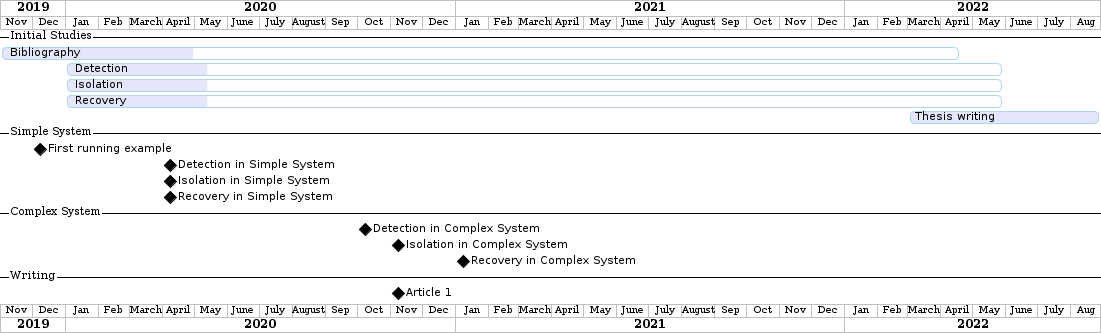
Above: brain/img/ganttThese.png in Accacio/hippokamp (PlantUML), before the change. Its diagram source:
```plantuml
@startuml
printscale monthly
Project starts the 1th of november 2019
-- Initial Studies --
[ Bibliography ]  as [T1] lasts 900 days
[T1] is 20% completed
[T1] links to [[file://../../docsThese/bibliography.bib]]
[ Detection ] as [T2] starts at 1st January 2020 and lasts 880 days
[ Isolation ] as [T3] starts at 1st January 2020 and lasts 880 days
[ Recovery ] as [T4] starts at 1st January 2020 and lasts 880 days
[Thesis writing] as [T5] starts at 30th of february 2022 and lasts 180 days
[T2] is 15% completed
[T3] is 15% completed
[T4] is 15% completed
-- Simple System --
[First running example] happens at 1st of december 2019
[ Detection in Simple System ] as [T2] starts at 1st January 2020 and lasts 880 days
[ Isolation ] as [T3] starts at 1st January 2020 and lasts 880 days
[ Recovery ] as [T4] starts at 1st January 2020 and lasts 880 days
[Detection in Simple System] happens at 1st of april 2020
[Isolation in Simple System] happens at 1st of april 2020
[Recovery in Simple System] happens at 1st of april 2020
-- Complex System --
[Detection in Complex System] as [DCS] happens at 1st of october 2020
[Isolation in Complex System] as [ICS] happens at 1st of november 2020
[Recovery in Complex System] as [RCS] happens at 1st of january 2021
-- Writing --
[Article 1] happens at [ICS]'s end
[Isolation in Complex System] happens at 1st of november 2020
[Recovery in Complex System] happens at 1st of january 2021

[T1] is colored in Lavender/LightBlue
[T2] is colored in Lavender/LightBlue
[T3] is colored in Lavender/LightBlue
[T4] is colored in Lavender/LightBlue
[T5] is colored in Lavender/LightBlue
@enduml
```
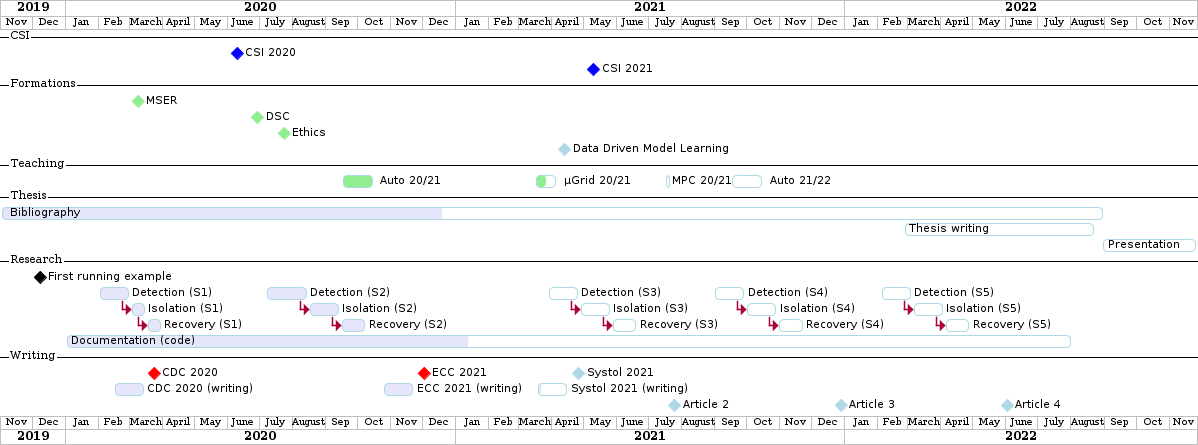
The same file after the commit.

What changed in the source:
```diff
@@ -1,37 +1,168 @@
 @startuml
 printscale monthly
-Project starts the 1th of november 2019
--- Initial Studies --
-[ Bibliography ]  as [T1] lasts 900 days
-[T1] is 20% completed
-[T1] links to [[file://../../docsThese/bibliography.bib]]
-[ Detection ] as [T2] starts at 1st January 2020 and lasts 880 days
-[ Isolation ] as [T3] starts at 1st January 2020 and lasts 880 days
-[ Recovery ] as [T4] starts at 1st January 2020 and lasts 880 days
-[Thesis writing] as [T5] starts at 30th of february 2022 and lasts 180 days
-[T2] is 15% completed
-[T3] is 15% completed
-[T4] is 15% completed
--- Simple System --
-[First running example] happens at 1st of december 2019
-[ Detection in Simple System ] as [T2] starts at 1st January 2020 and lasts 880 days
-[ Isolation ] as [T3] starts at 1st January 2020 and lasts 880 days
-[ Recovery ] as [T4] starts at 1st January 2020 and lasts 880 days
-[Detection in Simple System] happens at 1st of april 2020
-[Isolation in Simple System] happens at 1st of april 2020
-[Recovery in Simple System] happens at 1st of april 2020
--- Complex System --
-[Detection in Complex System] as [DCS] happens at 1st of october 2020
-[Isolation in Complex System] as [ICS] happens at 1st of november 2020
-[Recovery in Complex System] as [RCS] happens at 1st of january 2021
+Project starts the 2019-11-01
+today is 30 days after start and is colored in #AAF
+-- CSI --
+[CSI 2020] happens at 2020-06-03
+[CSI 2021] happens at 2021-05-03
+
+[CSI 2020] is colored in blue
+[CSI 2021] is colored in blue
+
+-- Formations --
+[MSER] as [F1] happens at 2020-03-02
+[DSC] as [F2] happens at 2020-06-22
+[Ethics] as [F3] happens at 2020-07-17
+[Data Driven Model Learning] as [F4] happens at 2021-04-06
+[F1] is colored in lightgreen
+[F2] is colored in lightgreen
+[F3] is colored in lightgreen
+[F4] is colored in lightblue
+
+-- Teaching --
+[ Auto 20/21 ] as [V1] starts 2020-09-16 and ends 2020-10-16
+[ µGrid 20/21] as [V2] starts 2021-03-16 and ends 2021-4-06
+
+[ MPC 20/21] as [V3] starts 2021-07-16 and ends 2021-7-16
+[ Auto 21/22] as [V4] starts 2021-09-16 and ends 2021-10-16
+
+[V1] is colored in LightGreen/LightBlue
+[V2] is 50% completed
+[V3] is 0% completed
+[V4] is 0% completed
+
+[V2] is colored in LightGreen/LightBlue
+[V3] is colored in LightGreen/LightBlue
+[V4] is colored in LightGreen/LightBlue
+
+[V2] displays on same row as [V1]
+[V3] displays on same row as [V2]
+[V4] displays on same row as [V3]
+
+-- Thesis --
+[ Bibliography ] as [B1] starts at 2019-11-01 and ends 2022-08-31
+[Thesis writing] as [W1] starts at 2022-02-25 and lasts 180 days
+[Presentation] as [W2] starts at 2022-08-30 and lasts 90 days
+
+[B1] is 40% completed
+[B1] links to [[https://gitlab.com/Accacio/docsthese/raw/master/bibliography.bib]]
+[W1] is 0% completed
+[W2] is 0% completed
+
+[B1] is colored in Lavender/LightBlue
+[W1] is colored in Lavender/LightBlue
+[W2] is colored in Lavender/LightBlue
+
+
+-- Research --
+[First running example] happens at 2019-12-01
+
+[Detection (S1)] as [D1] starts at 2020-02-01 and lasts 30 days
+[Isolation (S1)] as [I1] starts after [D1]'s end and lasts 15 days
+[Recovery (S1)] as [R1] starts after [I1]'s end and lasts 15 days
+
+[D1] is colored in Lavender/LightBlue
+[I1] is colored in Lavender/LightBlue
+[R1] is colored in Lavender/LightBlue
+
+[Detection (S2)] as [D2] starts at 2020-07-07 and lasts 40 days
+[Isolation (S2)] as [I2] starts after [D2]'s end and lasts 30 days
+[Recovery (S2)] as [R2] starts after [I2]'s end and lasts 25 days
+
+[D2] is colored in Lavender/LightBlue
+[I2] is colored in Lavender/LightBlue
+[R2] is colored in Lavender/LightBlue
+
+[Detection (S3)] as [D3] starts 32 weeks after [D2]'s end with white bold link and lasts 30 days
+[Isolation (S3)] as [I3] starts after [D3]'s end and lasts 30 days
+[Recovery (S3)] as [R3] starts after [I3]'s end and lasts 25 days
+
+[D3] is colored in Lavender/LightBlue
+[I3] is colored in Lavender/LightBlue
+[R3] is colored in Lavender/LightBlue
+
+[D3] is 0% completed
+[I3] is 0% completed
+[R3] is 0% completed
+
+[Detection (S4)] as [D4] starts 18 weeks after [D3]'s end with white bold link and lasts 30 days
+[Isolation (S4)] as [I4] starts after [D4]'s end and lasts 30 days
+[Recovery (S4)] as [R4] starts after [I4]'s end and lasts 25 days
+
+[D4] is colored in Lavender/LightBlue
+[I4] is colored in Lavender/LightBlue
+[R4] is colored in Lavender/LightBlue
+
+[D4] is 0% completed
+[I4] is 0% completed
+[R4] is 0% completed
+
+[Detection (S5)] as [D5] starts 18 weeks after [D4]'s end with white bold link and lasts 30 days
+[Isolation (S5)] as [I5] starts after [D5]'s end and lasts 30 days
+[Recovery (S5)] as [R5] starts after [I5]'s end and lasts 25 days
+
+[D5] is colored in Lavender/LightBlue
+[I5] is colored in Lavender/LightBlue
+[R5] is colored in Lavender/LightBlue
+
+[D5] is 0% completed
+[I5] is 0% completed
+[R5] is 0% completed
+
+[D1] displays on same row as [D2]
+[I1] displays on same row as [I2]
+[R1] displays on same row as [R2]
+
+[D3] displays on same row as [D2]
+[I3] displays on same row as [I2]
+[R3] displays on same row as [R2]
+
+[D4] displays on same row as [D2]
+[I4] displays on same row as [I2]
+[R4] displays on same row as [R2]
+
+[D5] displays on same row as [D2]
+[I5] displays on same row as [I2]
+[R5] displays on same row as [R2]
+
+[Documentation (code)] as [Doc1] starts at 2020-01-01 and ends 2022-08-01
+[Doc1] is colored in Lavender/LightBlue
+[Doc1] is 40% completed
+
 -- Writing --
-[Article 1] happens at [ICS]'s end
-[Isolation in Complex System] happens at 1st of november 2020
-[Recovery in Complex System] happens at 1st of january 2021
+[CDC 2020] happens at 2020-03-17
+[CDC 2020 (writing)] as [A1] starts at 2020-02-15 and lasts 30 days
 
-[T1] is colored in Lavender/LightBlue
-[T2] is colored in Lavender/LightBlue
-[T3] is colored in Lavender/LightBlue
-[T4] is colored in Lavender/LightBlue
-[T5] is colored in Lavender/LightBlue
+[ECC 2021] happens at 2020-11-25
+[ECC 2021 (writing)] as [A2] starts at 2020-10-25 and lasts 30 days
+
+[Systol 2021] happens at 2021-04-19
+[Systol 2021 (writing)] as [A3] starts at 2021-03-18 and lasts 30 days
+
+[Article 2] as [A4] happens at 4 weeks after [R3]'s end
+[Article 3] as [A5] happens at 4 weeks after [R4]'s end
+[Article 4] as [A6] happens at 4 weeks after [R5]'s end
+[A4] is colored in lightblue
+[A5] is colored in lightblue
+[A6] is colored in lightblue
+
+[A5] displays on same row as [A4]
+[A6] displays on same row as [A5]
+
+[A1] is colored in Lavender/LightBlue
+[A2] is colored in Lavender/LightBlue
+[A3] is colored in Lavender/LightBlue
+
+[A3] is 10% completed
+
+[CDC 2020] is colored in red
+[ECC 2021] is colored in red
+[Systol 2021] is colored in lightblue
+
+[A2] displays on same row as [A1]
+[A3] displays on same row as [A2]
+[ECC 2021] displays on same row as [CDC 2020]
+[Systol 2021] displays on same row as [ECC 2021]
+
+
 @enduml
```
